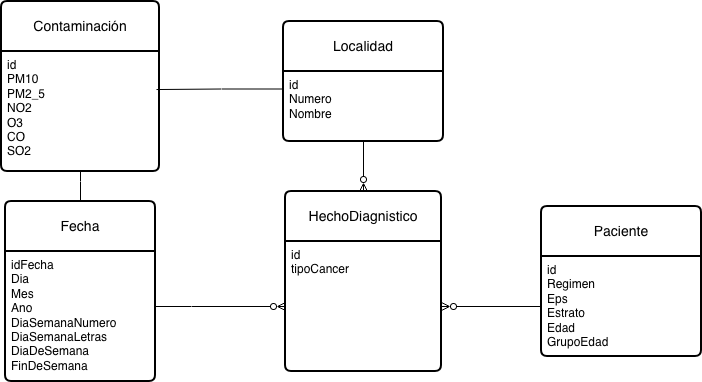
The draw.io diagram Proyecto2PrimerModelo.drawio.png in CamiloC21/DiagramasIN, before a commit. Source tidied: cells renumbered, new cells last; positions are measured from the earlier drawing's top-left corner, leaving out a move shared by most shapes. Source of this version:
```xml
<mxGraphModel>
  <root>
    <mxCell id="0" />
    <mxCell id="1" parent="0" />
    <mxCell id="2" value="Fecha" style="swimlane;horizontal=1;startSize=50;rounded=1;fontSize=14;fontStyle=0;strokeWidth=2;shadow=0;dashed=0;align=center;arcSize=4;whiteSpace=wrap;html=1;" parent="1" vertex="1">
      <mxGeometry x="4" y="200" width="150" height="180" as="geometry" />
    </mxCell>
    <mxCell id="3" value="idFecha&lt;div&gt;Dia&lt;/div&gt;&lt;div&gt;Mes&lt;/div&gt;&lt;div&gt;Ano&lt;/div&gt;&lt;div&gt;DiaSemanaNumero&lt;/div&gt;&lt;div&gt;DiaSemanaLetras&lt;/div&gt;&lt;div&gt;DiaDeSemana&lt;/div&gt;&lt;div&gt;FinDeSemana&lt;/div&gt;" style="align=left;strokeColor=none;fillColor=none;spacingLeft=4;spacingRight=4;fontSize=12;verticalAlign=top;html=1;whiteSpace=wrap;" parent="2" vertex="1">
      <mxGeometry y="50" width="150" height="130" as="geometry" />
    </mxCell>
    <mxCell id="4" value="Localidad" style="swimlane;horizontal=1;startSize=50;rounded=1;fontSize=14;fontStyle=0;strokeWidth=2;shadow=0;dashed=0;align=center;arcSize=4;whiteSpace=wrap;html=1;" parent="1" vertex="1">
      <mxGeometry x="282" y="20" width="160" height="120" as="geometry" />
    </mxCell>
    <mxCell id="5" value="id&lt;div&gt;Numero&lt;/div&gt;&lt;div&gt;Nombre&lt;/div&gt;" style="align=left;strokeColor=none;fillColor=none;spacingLeft=4;spacingRight=4;fontSize=12;verticalAlign=top;html=1;whiteSpace=wrap;" parent="4" vertex="1">
      <mxGeometry y="50" width="160" height="70" as="geometry" />
    </mxCell>
    <mxCell id="6" value="HechoDiagnistico" style="swimlane;horizontal=1;startSize=50;rounded=1;fontSize=14;fontStyle=0;strokeWidth=2;shadow=0;dashed=0;align=center;arcSize=4;whiteSpace=wrap;html=1;" parent="1" vertex="1">
      <mxGeometry x="284" y="190" width="156" height="180" as="geometry" />
    </mxCell>
    <mxCell id="7" value="id&lt;div&gt;tipoCancer&lt;/div&gt;&lt;div&gt;&lt;br&gt;&lt;/div&gt;" style="align=left;strokeColor=none;fillColor=none;spacingLeft=4;spacingRight=4;fontSize=12;verticalAlign=top;html=1;whiteSpace=wrap;" parent="6" vertex="1">
      <mxGeometry y="50" width="156" height="130" as="geometry" />
    </mxCell>
    <mxCell id="8" value="Paciente" style="swimlane;horizontal=1;startSize=50;rounded=1;fontSize=14;fontStyle=0;strokeWidth=2;shadow=0;dashed=0;align=center;arcSize=4;whiteSpace=wrap;html=1;" parent="1" vertex="1">
      <mxGeometry x="540" y="205" width="160" height="150" as="geometry" />
    </mxCell>
    <mxCell id="9" value="id&lt;div&gt;Regimen&lt;/div&gt;&lt;div&gt;Eps&lt;/div&gt;&lt;div&gt;Estrato&lt;/div&gt;&lt;div&gt;Edad&lt;/div&gt;&lt;div&gt;GrupoEdad&lt;/div&gt;" style="align=left;strokeColor=none;fillColor=none;spacingLeft=4;spacingRight=4;fontSize=12;verticalAlign=top;html=1;whiteSpace=wrap;" parent="8" vertex="1">
      <mxGeometry y="50" width="160" height="100" as="geometry" />
    </mxCell>
    <mxCell id="10" value="Contaminación" style="swimlane;horizontal=1;startSize=50;rounded=1;fontSize=14;fontStyle=0;strokeWidth=2;shadow=0;dashed=0;align=center;arcSize=4;whiteSpace=wrap;html=1;" parent="1" vertex="1">
      <mxGeometry width="158" height="170" as="geometry" />
    </mxCell>
    <mxCell id="11" value="id&lt;div&gt;&lt;div&gt;PM10&lt;/div&gt;&lt;div&gt;PM2_5&lt;/div&gt;&lt;div&gt;NO2&lt;/div&gt;&lt;div&gt;O3&lt;/div&gt;&lt;div&gt;CO&lt;/div&gt;&lt;div&gt;SO2&lt;/div&gt;&lt;/div&gt;" style="align=left;strokeColor=none;fillColor=none;spacingLeft=4;spacingRight=4;fontSize=12;verticalAlign=top;html=1;whiteSpace=wrap;" parent="10" vertex="1">
      <mxGeometry y="50" width="158" height="120" as="geometry" />
    </mxCell>
    <mxCell id="12" style="edgeStyle=orthogonalEdgeStyle;rounded=0;jettySize=auto;html=1;entryX=0.5;entryY=0;entryDx=0;entryDy=0;endArrow=ERzeroToMany;endFill=0;" parent="1" edge="1" source="5" target="6">
      <mxGeometry relative="1" as="geometry" />
    </mxCell>
    <mxCell id="13" style="edgeStyle=orthogonalEdgeStyle;rounded=0;jettySize=auto;html=1;entryX=1;entryY=0.5;entryDx=0;entryDy=0;endArrow=ERzeroToMany;endFill=0;" parent="1" edge="1" source="9" target="7">
      <mxGeometry relative="1" as="geometry" />
    </mxCell>
    <mxCell id="14" style="edgeStyle=orthogonalEdgeStyle;rounded=0;jettySize=auto;html=1;entryX=0;entryY=0.5;entryDx=0;entryDy=0;endArrow=ERzeroToMany;endFill=0;" parent="1" edge="1" source="3" target="7">
      <mxGeometry relative="1" as="geometry">
        <Array as="points">
          <mxPoint x="190" y="305" />
          <mxPoint x="190" y="305" />
        </Array>
      </mxGeometry>
    </mxCell>
    <mxCell id="15" style="edgeStyle=orthogonalEdgeStyle;rounded=0;jettySize=auto;html=1;entryX=0.5;entryY=0;entryDx=0;entryDy=0;endArrow=none;endFill=0;" parent="1" edge="1" source="11" target="2">
      <mxGeometry relative="1" as="geometry" />
    </mxCell>
    <mxCell id="16" style="edgeStyle=orthogonalEdgeStyle;rounded=0;jettySize=auto;html=1;exitX=0;exitY=0.25;exitDx=0;exitDy=0;entryX=0.981;entryY=0.317;entryDx=0;entryDy=0;entryPerimeter=0;endArrow=none;endFill=0;" parent="1" edge="1" source="5" target="11">
      <mxGeometry relative="1" as="geometry" />
    </mxCell>
  </root>
</mxGraphModel>
```
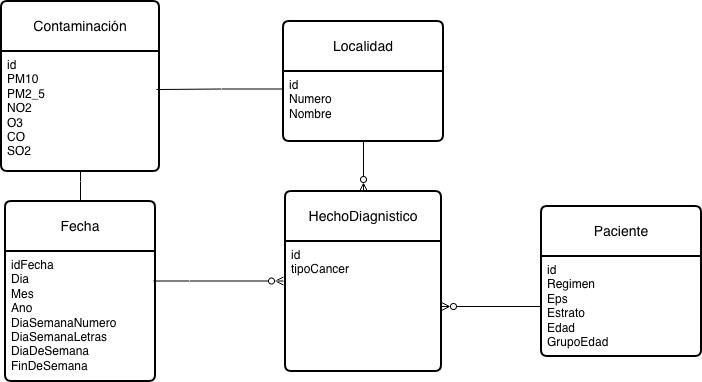
After the commit.

Change to the diagram source:
```diff
@@ -38,11 +38,13 @@
     <mxCell id="13" style="edgeStyle=orthogonalEdgeStyle;rounded=0;jettySize=auto;html=1;entryX=1;entryY=0.5;entryDx=0;entryDy=0;endArrow=ERzeroToMany;endFill=0;" parent="1" edge="1" source="9" target="7">
       <mxGeometry relative="1" as="geometry" />
     </mxCell>
-    <mxCell id="14" style="edgeStyle=orthogonalEdgeStyle;rounded=0;jettySize=auto;html=1;entryX=0;entryY=0.5;entryDx=0;entryDy=0;endArrow=ERzeroToMany;endFill=0;" parent="1" edge="1" source="3" target="7">
+    <mxCell id="14" style="edgeStyle=orthogonalEdgeStyle;rounded=0;orthogonalLoop=1;jettySize=auto;html=1;entryX=0;entryY=0.5;entryDx=0;entryDy=0;endArrow=ERzeroToMany;endFill=0;" parent="1" edge="1">
       <mxGeometry relative="1" as="geometry">
+        <mxPoint x="152" y="279.5" as="sourcePoint" />
+        <mxPoint x="282" y="279.5" as="targetPoint" />
         <Array as="points">
-          <mxPoint x="190" y="305" />
-          <mxPoint x="190" y="305" />
+          <mxPoint x="188" y="279.5" />
+          <mxPoint x="188" y="279.5" />
         </Array>
       </mxGeometry>
     </mxCell>
```
